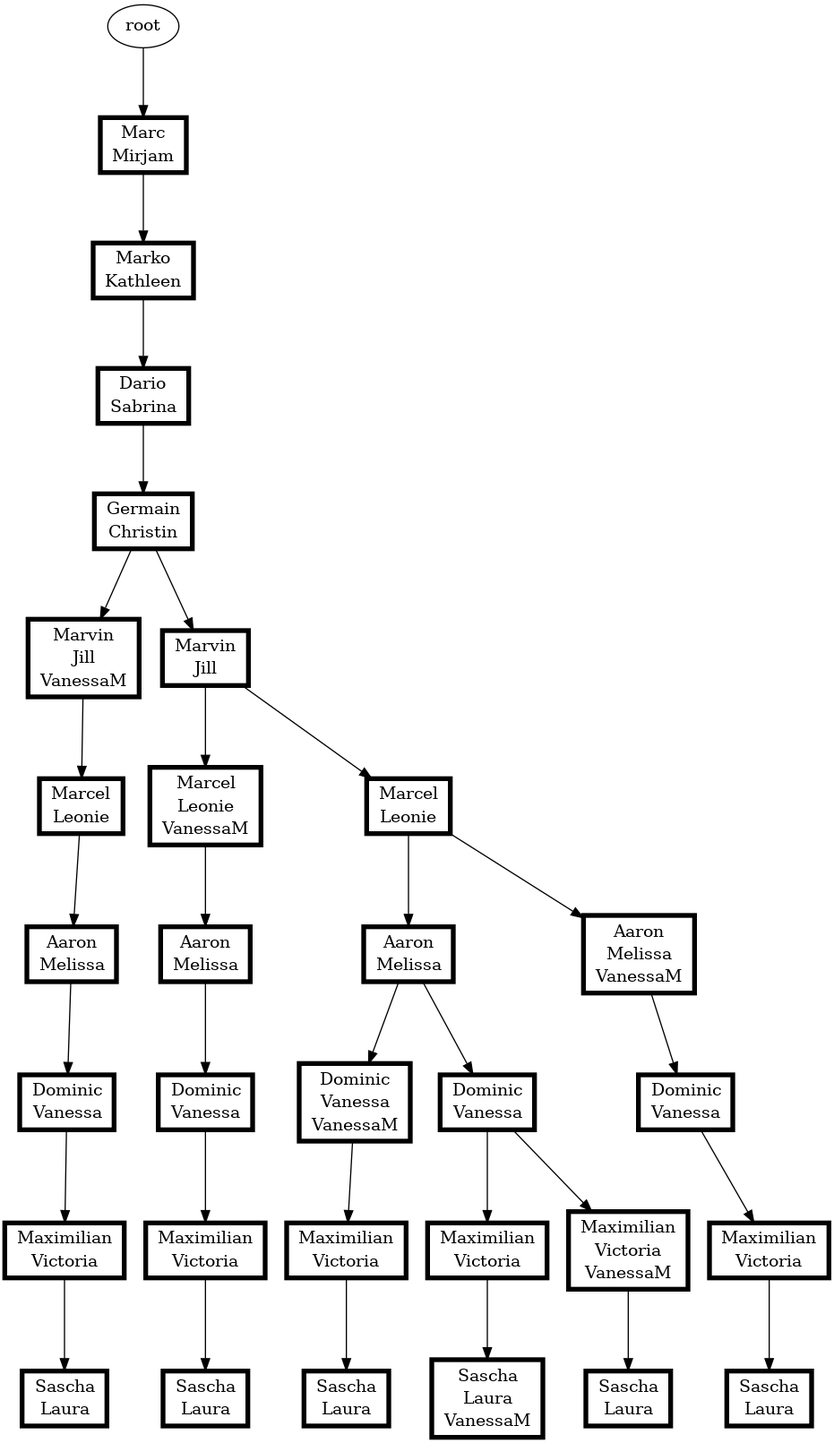
Earlier version of the Graphviz export s02/s02.png (atticus-sullivan/sim-ayto). Its source is kept beside it as s02/s02.dot.
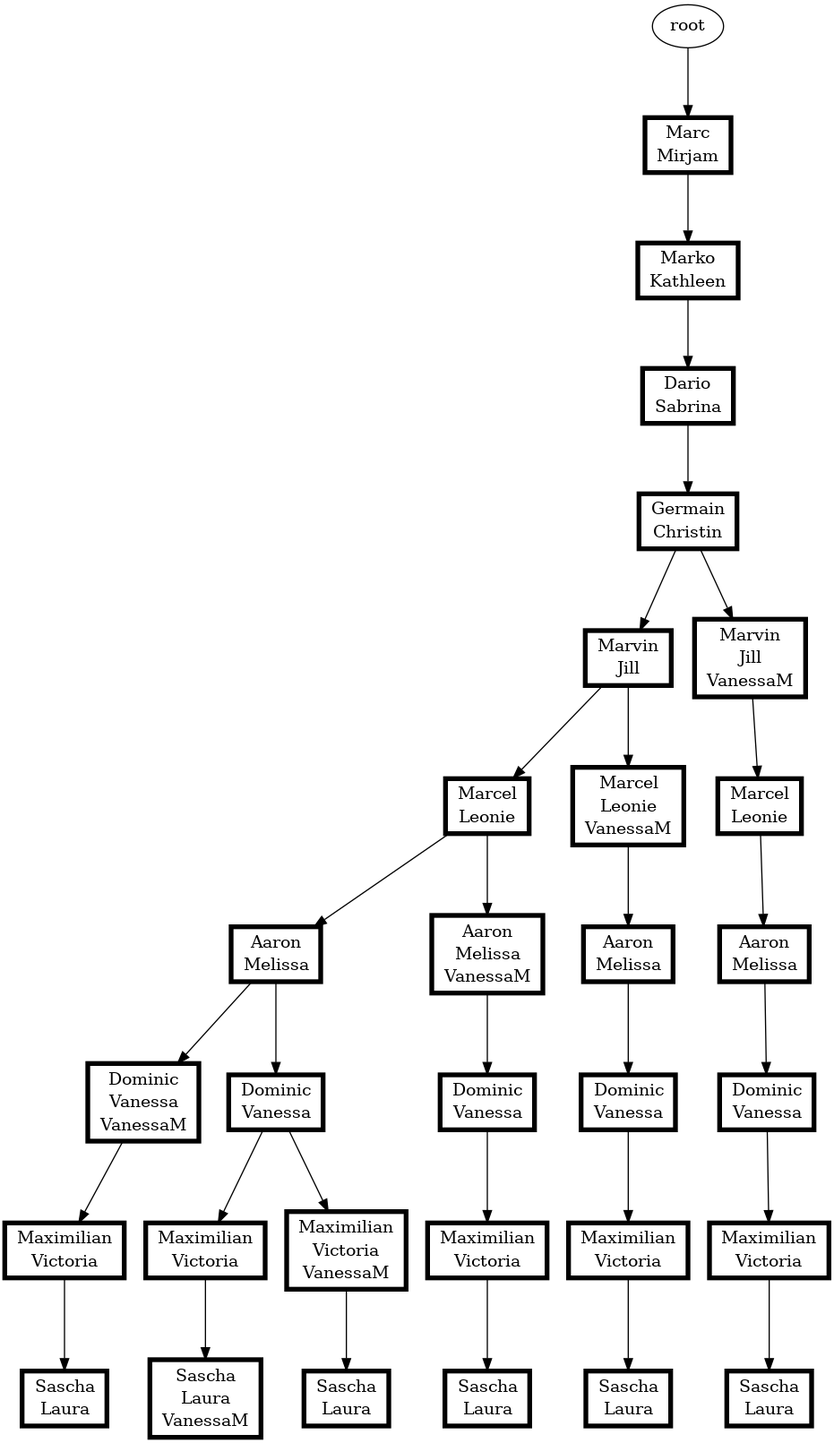
Above is the later version.

Change to the diagram source:
```diff
@@ -1,63 +1,63 @@
 digraph D {
 ranksep=0.8;
+{"root|5|7|7|3|2|8|4|1|8|2|6|5|1|6|3|9|9|10|10|4,11"[shape="record" penwidth=4.0 color="black" label=<<table border="0" cellborder="0" cellspacing="0"><tr><td>Sascha</td></tr><tr><td>Laura</td></tr><tr><td>VanessaM</td></tr></table>>]}
+"root|5|7|7|3|2|8|4|1|8|2|6|5|1|6|3|9|9|10" -> {"root|5|7|7|3|2|8|4|1|8|2|6|5|1|6|3|9|9|10|10|4,11"}
+{"root|5|7|7|3|2|8|4|1|8|2|6|5|1|6|3|9,11"[shape="record" penwidth=4.0 color="black" label=<<table border="0" cellborder="0" cellspacing="0"><tr><td>Dominic</td></tr><tr><td>Vanessa</td></tr><tr><td>VanessaM</td></tr></table>>]}
+"root|5|7|7|3|2|8|4|1|8|2|6|5|1|6" -> {"root|5|7|7|3|2|8|4|1|8|2|6|5|1|6|3|9,11"}
+{"root|5|7|7|3"[shape="record" penwidth=4.0 color="black" label=<<table border="0" cellborder="0" cellspacing="0"><tr><td>Marko</td></tr><tr><td>Kathleen</td></tr></table>>]}
+"root|5|7" -> {"root|5|7|7|3"}
+{"root|5|7|7|3|2|8|4|1|8|2|6|5|1|6|3|9|9|10"[shape="record" penwidth=4.0 color="black" label=<<table border="0" cellborder="0" cellspacing="0"><tr><td>Maximilian</td></tr><tr><td>Victoria</td></tr></table>>]}
+"root|5|7|7|3|2|8|4|1|8|2|6|5|1|6|3|9" -> {"root|5|7|7|3|2|8|4|1|8|2|6|5|1|6|3|9|9|10"}
+{"root|5|7|7|3|2|8|4|1|8|2|6|5"[shape="record" penwidth=4.0 color="black" label=<<table border="0" cellborder="0" cellspacing="0"><tr><td>Marcel</td></tr><tr><td>Leonie</td></tr></table>>]}
+"root|5|7|7|3|2|8|4|1|8|2" -> {"root|5|7|7|3|2|8|4|1|8|2|6|5"}
+{"root|5|7"[shape="record" penwidth=4.0 color="black" label=<<table border="0" cellborder="0" cellspacing="0"><tr><td>Marc</td></tr><tr><td>Mirjam</td></tr></table>>]}
+"root" -> {"root|5|7"}
+{"root|5|7|7|3|2|8|4|1|8|2|6|5|1|6|3|9|9|10,11"[shape="record" penwidth=4.0 color="black" label=<<table border="0" cellborder="0" cellspacing="0"><tr><td>Maximilian</td></tr><tr><td>Victoria</td></tr><tr><td>VanessaM</td></tr></table>>]}
+"root|5|7|7|3|2|8|4|1|8|2|6|5|1|6|3|9" -> {"root|5|7|7|3|2|8|4|1|8|2|6|5|1|6|3|9|9|10,11"}
+{"root|5|7|7|3|2|8|4|1|8|2|6|5|1|6|3|9,11|9|10|10|4"[shape="record" penwidth=4.0 color="black" label=<<table border="0" cellborder="0" cellspacing="0"><tr><td>Sascha</td></tr><tr><td>Laura</td></tr></table>>]}
+"root|5|7|7|3|2|8|4|1|8|2|6|5|1|6|3|9,11|9|10" -> {"root|5|7|7|3|2|8|4|1|8|2|6|5|1|6|3|9,11|9|10|10|4"}
+{"root|5|7|7|3|2|8|4|1|8|2|6|5|1|6|3|9"[shape="record" penwidth=4.0 color="black" label=<<table border="0" cellborder="0" cellspacing="0"><tr><td>Dominic</td></tr><tr><td>Vanessa</td></tr></table>>]}
+"root|5|7|7|3|2|8|4|1|8|2|6|5|1|6" -> {"root|5|7|7|3|2|8|4|1|8|2|6|5|1|6|3|9"}
+{"root|5|7|7|3|2|8|4|1|8|2|6|5|1|6,11"[shape="record" penwidth=4.0 color="black" label=<<table border="0" cellborder="0" cellspacing="0"><tr><td>Aaron</td></tr><tr><td>Melissa</td></tr><tr><td>VanessaM</td></tr></table>>]}
+"root|5|7|7|3|2|8|4|1|8|2|6|5" -> {"root|5|7|7|3|2|8|4|1|8|2|6|5|1|6,11"}
+{"root|5|7|7|3|2|8|4|1|8|2|6|5|1|6,11|3|9|9|10"[shape="record" penwidth=4.0 color="black" label=<<table border="0" cellborder="0" cellspacing="0"><tr><td>Maximilian</td></tr><tr><td>Victoria</td></tr></table>>]}
+"root|5|7|7|3|2|8|4|1|8|2|6|5|1|6,11|3|9" -> {"root|5|7|7|3|2|8|4|1|8|2|6|5|1|6,11|3|9|9|10"}
+{"root|5|7|7|3|2|8|4|1|8|2|6|5,11"[shape="record" penwidth=4.0 color="black" label=<<table border="0" cellborder="0" cellspacing="0"><tr><td>Marcel</td></tr><tr><td>Leonie</td></tr><tr><td>VanessaM</td></tr></table>>]}
+"root|5|7|7|3|2|8|4|1|8|2" -> {"root|5|7|7|3|2|8|4|1|8|2|6|5,11"}
 {"root|5|7|7|3|2|8|4|1|8|2,11|6|5"[shape="record" penwidth=4.0 color="black" label=<<table border="0" cellborder="0" cellspacing="0"><tr><td>Marcel</td></tr><tr><td>Leonie</td></tr></table>>]}
 "root|5|7|7|3|2|8|4|1|8|2,11" -> {"root|5|7|7|3|2|8|4|1|8|2,11|6|5"}
+{"root|5|7|7|3|2|8|4|1|8|2|6|5|1|6"[shape="record" penwidth=4.0 color="black" label=<<table border="0" cellborder="0" cellspacing="0"><tr><td>Aaron</td></tr><tr><td>Melissa</td></tr></table>>]}
+"root|5|7|7|3|2|8|4|1|8|2|6|5" -> {"root|5|7|7|3|2|8|4|1|8|2|6|5|1|6"}
+{"root|5|7|7|3|2|8|4|1|8|2|6|5|1|6,11|3|9"[shape="record" penwidth=4.0 color="black" label=<<table border="0" cellborder="0" cellspacing="0"><tr><td>Dominic</td></tr><tr><td>Vanessa</td></tr></table>>]}
+"root|5|7|7|3|2|8|4|1|8|2|6|5|1|6,11" -> {"root|5|7|7|3|2|8|4|1|8|2|6|5|1|6,11|3|9"}
+{"root|5|7|7|3|2|8|4|1|8|2|6|5,11|1|6|3|9|9|10"[shape="record" penwidth=4.0 color="black" label=<<table border="0" cellborder="0" cellspacing="0"><tr><td>Maximilian</td></tr><tr><td>Victoria</td></tr></table>>]}
+"root|5|7|7|3|2|8|4|1|8|2|6|5,11|1|6|3|9" -> {"root|5|7|7|3|2|8|4|1|8|2|6|5,11|1|6|3|9|9|10"}
+{"root|5|7|7|3|2|8|4|1|8|2,11|6|5|1|6|3|9"[shape="record" penwidth=4.0 color="black" label=<<table border="0" cellborder="0" cellspacing="0"><tr><td>Dominic</td></tr><tr><td>Vanessa</td></tr></table>>]}
+"root|5|7|7|3|2|8|4|1|8|2,11|6|5|1|6" -> {"root|5|7|7|3|2|8|4|1|8|2,11|6|5|1|6|3|9"}
+{"root|5|7|7|3|2|8|4|1|8|2,11"[shape="record" penwidth=4.0 color="black" label=<<table border="0" cellborder="0" cellspacing="0"><tr><td>Marvin</td></tr><tr><td>Jill</td></tr><tr><td>VanessaM</td></tr></table>>]}
+"root|5|7|7|3|2|8|4|1" -> {"root|5|7|7|3|2|8|4|1|8|2,11"}
+{"root|5|7|7|3|2|8|4|1|8|2,11|6|5|1|6"[shape="record" penwidth=4.0 color="black" label=<<table border="0" cellborder="0" cellspacing="0"><tr><td>Aaron</td></tr><tr><td>Melissa</td></tr></table>>]}
+"root|5|7|7|3|2|8|4|1|8|2,11|6|5" -> {"root|5|7|7|3|2|8|4|1|8|2,11|6|5|1|6"}
+{"root|5|7|7|3|2|8|4|1|8|2|6|5,11|1|6|3|9|9|10|10|4"[shape="record" penwidth=4.0 color="black" label=<<table border="0" cellborder="0" cellspacing="0"><tr><td>Sascha</td></tr><tr><td>Laura</td></tr></table>>]}
+"root|5|7|7|3|2|8|4|1|8|2|6|5,11|1|6|3|9|9|10" -> {"root|5|7|7|3|2|8|4|1|8|2|6|5,11|1|6|3|9|9|10|10|4"}
+{"root|5|7|7|3|2|8|4|1|8|2|6|5|1|6,11|3|9|9|10|10|4"[shape="record" penwidth=4.0 color="black" label=<<table border="0" cellborder="0" cellspacing="0"><tr><td>Sascha</td></tr><tr><td>Laura</td></tr></table>>]}
+"root|5|7|7|3|2|8|4|1|8|2|6|5|1|6,11|3|9|9|10" -> {"root|5|7|7|3|2|8|4|1|8|2|6|5|1|6,11|3|9|9|10|10|4"}
+{"root|5|7|7|3|2|8|4|1|8|2|6|5|1|6|3|9,11|9|10"[shape="record" penwidth=4.0 color="black" label=<<table border="0" cellborder="0" cellspacing="0"><tr><td>Maximilian</td></tr><tr><td>Victoria</td></tr></table>>]}
+"root|5|7|7|3|2|8|4|1|8|2|6|5|1|6|3|9,11" -> {"root|5|7|7|3|2|8|4|1|8|2|6|5|1|6|3|9,11|9|10"}
+{"root|5|7|7|3|2|8|4|1|8|2,11|6|5|1|6|3|9|9|10"[shape="record" penwidth=4.0 color="black" label=<<table border="0" cellborder="0" cellspacing="0"><tr><td>Maximilian</td></tr><tr><td>Victoria</td></tr></table>>]}
+"root|5|7|7|3|2|8|4|1|8|2,11|6|5|1|6|3|9" -> {"root|5|7|7|3|2|8|4|1|8|2,11|6|5|1|6|3|9|9|10"}
 {"root|5|7|7|3|2|8"[shape="record" penwidth=4.0 color="black" label=<<table border="0" cellborder="0" cellspacing="0"><tr><td>Dario</td></tr><tr><td>Sabrina</td></tr></table>>]}
 "root|5|7|7|3" -> {"root|5|7|7|3|2|8"}
-{"root|5|7|7|3|2|8|4|1|8|2|6|5,11|1|6"[shape="record" penwidth=4.0 color="black" label=<<table border="0" cellborder="0" cellspacing="0"><tr><td>Aaron</td></tr><tr><td>Melissa</td></tr></table>>]}
-"root|5|7|7|3|2|8|4|1|8|2|6|5,11" -> {"root|5|7|7|3|2|8|4|1|8|2|6|5,11|1|6"}
-{"root|5|7|7|3|2|8|4|1|8|2|6|5|1|6|3|9,11|9|10"[shape="record" penwidth=4.0 color="black" label=<<table border="0" cellborder="0" cellspacing="0"><tr><td>Maximilian</td></tr><tr><td>Victoria</td></tr></table>>]}
-"root|5|7|7|3|2|8|4|1|8|2|6|5|1|6|3|9,11" -> {"root|5|7|7|3|2|8|4|1|8|2|6|5|1|6|3|9,11|9|10"}
-{"root|5|7|7|3|2|8|4|1|8|2|6|5|1|6|3|9|9|10"[shape="record" penwidth=4.0 color="black" label=<<table border="0" cellborder="0" cellspacing="0"><tr><td>Maximilian</td></tr><tr><td>Victoria</td></tr></table>>]}
-"root|5|7|7|3|2|8|4|1|8|2|6|5|1|6|3|9" -> {"root|5|7|7|3|2|8|4|1|8|2|6|5|1|6|3|9|9|10"}
-{"root|5|7|7|3|2|8|4|1|8|2,11"[shape="record" penwidth=4.0 color="black" label=<<table border="0" cellborder="0" cellspacing="0"><tr><td>Marvin</td></tr><tr><td>Jill</td></tr><tr><td>VanessaM</td></tr></table>>]}
-"root|5|7|7|3|2|8|4|1" -> {"root|5|7|7|3|2|8|4|1|8|2,11"}
 {"root|5|7|7|3|2|8|4|1"[shape="record" penwidth=4.0 color="black" label=<<table border="0" cellborder="0" cellspacing="0"><tr><td>Germain</td></tr><tr><td>Christin</td></tr></table>>]}
 "root|5|7|7|3|2|8" -> {"root|5|7|7|3|2|8|4|1"}
 {"root|5|7|7|3|2|8|4|1|8|2|6|5,11|1|6|3|9"[shape="record" penwidth=4.0 color="black" label=<<table border="0" cellborder="0" cellspacing="0"><tr><td>Dominic</td></tr><tr><td>Vanessa</td></tr></table>>]}
 "root|5|7|7|3|2|8|4|1|8|2|6|5,11|1|6" -> {"root|5|7|7|3|2|8|4|1|8|2|6|5,11|1|6|3|9"}
+{"root|5|7|7|3|2|8|4|1|8|2|6|5,11|1|6"[shape="record" penwidth=4.0 color="black" label=<<table border="0" cellborder="0" cellspacing="0"><tr><td>Aaron</td></tr><tr><td>Melissa</td></tr></table>>]}
+"root|5|7|7|3|2|8|4|1|8|2|6|5,11" -> {"root|5|7|7|3|2|8|4|1|8|2|6|5,11|1|6"}
+{"root|5|7|7|3|2|8|4|1|8|2"[shape="record" penwidth=4.0 color="black" label=<<table border="0" cellborder="0" cellspacing="0"><tr><td>Marvin</td></tr><tr><td>Jill</td></tr></table>>]}
+"root|5|7|7|3|2|8|4|1" -> {"root|5|7|7|3|2|8|4|1|8|2"}
 {"root|5|7|7|3|2|8|4|1|8|2|6|5|1|6|3|9|9|10,11|10|4"[shape="record" penwidth=4.0 color="black" label=<<table border="0" cellborder="0" cellspacing="0"><tr><td>Sascha</td></tr><tr><td>Laura</td></tr></table>>]}
 "root|5|7|7|3|2|8|4|1|8|2|6|5|1|6|3|9|9|10,11" -> {"root|5|7|7|3|2|8|4|1|8|2|6|5|1|6|3|9|9|10,11|10|4"}
-{"root|5|7|7|3|2|8|4|1|8|2|6|5|1|6|3|9,11"[shape="record" penwidth=4.0 color="black" label=<<table border="0" cellborder="0" cellspacing="0"><tr><td>Dominic</td></tr><tr><td>Vanessa</td></tr><tr><td>VanessaM</td></tr></table>>]}
-"root|5|7|7|3|2|8|4|1|8|2|6|5|1|6" -> {"root|5|7|7|3|2|8|4|1|8|2|6|5|1|6|3|9,11"}
-{"root|5|7|7|3|2|8|4|1|8|2|6|5|1|6|3|9"[shape="record" penwidth=4.0 color="black" label=<<table border="0" cellborder="0" cellspacing="0"><tr><td>Dominic</td></tr><tr><td>Vanessa</td></tr></table>>]}
-"root|5|7|7|3|2|8|4|1|8|2|6|5|1|6" -> {"root|5|7|7|3|2|8|4|1|8|2|6|5|1|6|3|9"}
-{"root|5|7"[shape="record" penwidth=4.0 color="black" label=<<table border="0" cellborder="0" cellspacing="0"><tr><td>Marc</td></tr><tr><td>Mirjam</td></tr></table>>]}
-"root" -> {"root|5|7"}
-{"root|5|7|7|3|2|8|4|1|8|2,11|6|5|1|6|3|9"[shape="record" penwidth=4.0 color="black" label=<<table border="0" cellborder="0" cellspacing="0"><tr><td>Dominic</td></tr><tr><td>Vanessa</td></tr></table>>]}
-"root|5|7|7|3|2|8|4|1|8|2,11|6|5|1|6" -> {"root|5|7|7|3|2|8|4|1|8|2,11|6|5|1|6|3|9"}
-{"root|5|7|7|3|2|8|4|1|8|2|6|5,11|1|6|3|9|9|10"[shape="record" penwidth=4.0 color="black" label=<<table border="0" cellborder="0" cellspacing="0"><tr><td>Maximilian</td></tr><tr><td>Victoria</td></tr></table>>]}
-"root|5|7|7|3|2|8|4|1|8|2|6|5,11|1|6|3|9" -> {"root|5|7|7|3|2|8|4|1|8|2|6|5,11|1|6|3|9|9|10"}
-{"root|5|7|7|3|2|8|4|1|8|2,11|6|5|1|6|3|9|9|10"[shape="record" penwidth=4.0 color="black" label=<<table border="0" cellborder="0" cellspacing="0"><tr><td>Maximilian</td></tr><tr><td>Victoria</td></tr></table>>]}
-"root|5|7|7|3|2|8|4|1|8|2,11|6|5|1|6|3|9" -> {"root|5|7|7|3|2|8|4|1|8|2,11|6|5|1|6|3|9|9|10"}
-{"root|5|7|7|3"[shape="record" penwidth=4.0 color="black" label=<<table border="0" cellborder="0" cellspacing="0"><tr><td>Marko</td></tr><tr><td>Kathleen</td></tr></table>>]}
-"root|5|7" -> {"root|5|7|7|3"}
-{"root|5|7|7|3|2|8|4|1|8|2,11|6|5|1|6"[shape="record" penwidth=4.0 color="black" label=<<table border="0" cellborder="0" cellspacing="0"><tr><td>Aaron</td></tr><tr><td>Melissa</td></tr></table>>]}
-"root|5|7|7|3|2|8|4|1|8|2,11|6|5" -> {"root|5|7|7|3|2|8|4|1|8|2,11|6|5|1|6"}
-{"root|5|7|7|3|2|8|4|1|8|2|6|5,11"[shape="record" penwidth=4.0 color="black" label=<<table border="0" cellborder="0" cellspacing="0"><tr><td>Marcel</td></tr><tr><td>Leonie</td></tr><tr><td>VanessaM</td></tr></table>>]}
-"root|5|7|7|3|2|8|4|1|8|2" -> {"root|5|7|7|3|2|8|4|1|8|2|6|5,11"}
-{"root|5|7|7|3|2|8|4|1|8|2|6|5,11|1|6|3|9|9|10|10|4"[shape="record" penwidth=4.0 color="black" label=<<table border="0" cellborder="0" cellspacing="0"><tr><td>Sascha</td></tr><tr><td>Laura</td></tr></table>>]}
-"root|5|7|7|3|2|8|4|1|8|2|6|5,11|1|6|3|9|9|10" -> {"root|5|7|7|3|2|8|4|1|8|2|6|5,11|1|6|3|9|9|10|10|4"}
-{"root|5|7|7|3|2|8|4|1|8|2|6|5|1|6,11"[shape="record" penwidth=4.0 color="black" label=<<table border="0" cellborder="0" cellspacing="0"><tr><td>Aaron</td></tr><tr><td>Melissa</td></tr><tr><td>VanessaM</td></tr></table>>]}
-"root|5|7|7|3|2|8|4|1|8|2|6|5" -> {"root|5|7|7|3|2|8|4|1|8|2|6|5|1|6,11"}
-{"root|5|7|7|3|2|8|4|1|8|2|6|5"[shape="record" penwidth=4.0 color="black" label=<<table border="0" cellborder="0" cellspacing="0"><tr><td>Marcel</td></tr><tr><td>Leonie</td></tr></table>>]}
-"root|5|7|7|3|2|8|4|1|8|2" -> {"root|5|7|7|3|2|8|4|1|8|2|6|5"}
 {"root|5|7|7|3|2|8|4|1|8|2,11|6|5|1|6|3|9|9|10|10|4"[shape="record" penwidth=4.0 color="black" label=<<table border="0" cellborder="0" cellspacing="0"><tr><td>Sascha</td></tr><tr><td>Laura</td></tr></table>>]}
 "root|5|7|7|3|2|8|4|1|8|2,11|6|5|1|6|3|9|9|10" -> {"root|5|7|7|3|2|8|4|1|8|2,11|6|5|1|6|3|9|9|10|10|4"}
-{"root|5|7|7|3|2|8|4|1|8|2|6|5|1|6"[shape="record" penwidth=4.0 color="black" label=<<table border="0" cellborder="0" cellspacing="0"><tr><td>Aaron</td></tr><tr><td>Melissa</td></tr></table>>]}
-"root|5|7|7|3|2|8|4|1|8|2|6|5" -> {"root|5|7|7|3|2|8|4|1|8|2|6|5|1|6"}
-{"root|5|7|7|3|2|8|4|1|8|2"[shape="record" penwidth=4.0 color="black" label=<<table border="0" cellborder="0" cellspacing="0"><tr><td>Marvin</td></tr><tr><td>Jill</td></tr></table>>]}
-"root|5|7|7|3|2|8|4|1" -> {"root|5|7|7|3|2|8|4|1|8|2"}
-{"root|5|7|7|3|2|8|4|1|8|2|6|5|1|6,11|3|9"[shape="record" penwidth=4.0 color="black" label=<<table border="0" cellborder="0" cellspacing="0"><tr><td>Dominic</td></tr><tr><td>Vanessa</td></tr></table>>]}
-"root|5|7|7|3|2|8|4|1|8|2|6|5|1|6,11" -> {"root|5|7|7|3|2|8|4|1|8|2|6|5|1|6,11|3|9"}
-{"root|5|7|7|3|2|8|4|1|8|2|6|5|1|6,11|3|9|9|10"[shape="record" penwidth=4.0 color="black" label=<<table border="0" cellborder="0" cellspacing="0"><tr><td>Maximilian</td></tr><tr><td>Victoria</td></tr></table>>]}
-"root|5|7|7|3|2|8|4|1|8|2|6|5|1|6,11|3|9" -> {"root|5|7|7|3|2|8|4|1|8|2|6|5|1|6,11|3|9|9|10"}
-{"root|5|7|7|3|2|8|4|1|8|2|6|5|1|6,11|3|9|9|10|10|4"[shape="record" penwidth=4.0 color="black" label=<<table border="0" cellborder="0" cellspacing="0"><tr><td>Sascha</td></tr><tr><td>Laura</td></tr></table>>]}
-"root|5|7|7|3|2|8|4|1|8|2|6|5|1|6,11|3|9|9|10" -> {"root|5|7|7|3|2|8|4|1|8|2|6|5|1|6,11|3|9|9|10|10|4"}
-{"root|5|7|7|3|2|8|4|1|8|2|6|5|1|6|3|9,11|9|10|10|4"[shape="record" penwidth=4.0 color="black" label=<<table border="0" cellborder="0" cellspacing="0"><tr><td>Sascha</td></tr><tr><td>Laura</td></tr></table>>]}
-"root|5|7|7|3|2|8|4|1|8|2|6|5|1|6|3|9,11|9|10" -> {"root|5|7|7|3|2|8|4|1|8|2|6|5|1|6|3|9,11|9|10|10|4"}
-{"root|5|7|7|3|2|8|4|1|8|2|6|5|1|6|3|9|9|10,11"[shape="record" penwidth=4.0 color="black" label=<<table border="0" cellborder="0" cellspacing="0"><tr><td>Maximilian</td></tr><tr><td>Victoria</td></tr><tr><td>VanessaM</td></tr></table>>]}
-"root|5|7|7|3|2|8|4|1|8|2|6|5|1|6|3|9" -> {"root|5|7|7|3|2|8|4|1|8|2|6|5|1|6|3|9|9|10,11"}
-{"root|5|7|7|3|2|8|4|1|8|2|6|5|1|6|3|9|9|10|10|4,11"[shape="record" penwidth=4.0 color="black" label=<<table border="0" cellborder="0" cellspacing="0"><tr><td>Sascha</td></tr><tr><td>Laura</td></tr><tr><td>VanessaM</td></tr></table>>]}
-"root|5|7|7|3|2|8|4|1|8|2|6|5|1|6|3|9|9|10" -> {"root|5|7|7|3|2|8|4|1|8|2|6|5|1|6|3|9|9|10|10|4,11"}
 }
```
